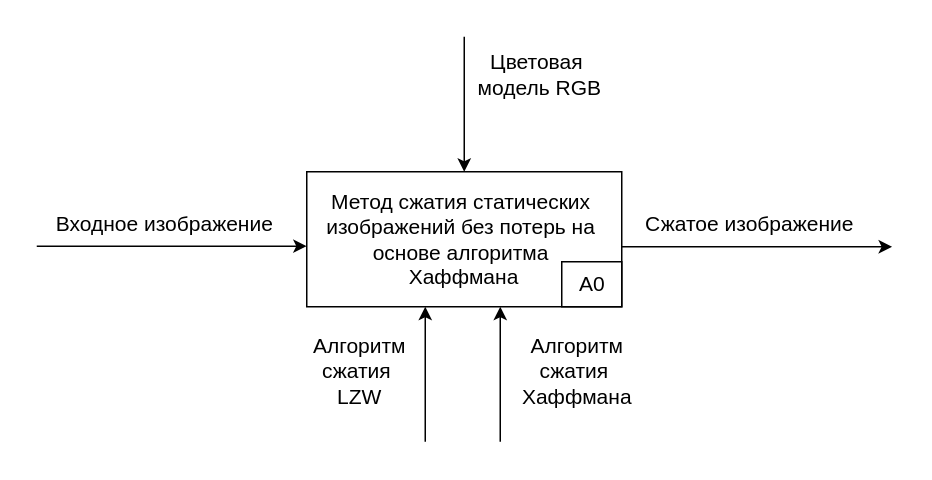
Above: docs/schemes/idef0_a0.drawio in kovkir/bmstu-magistracy-diploma (draw.io), before the change. Source tidied: cells renumbered, new cells numbered last; positions are measured from the earlier drawing's top-left corner, leaving out a move shared by most shapes. Both pictures are drawn from the tidied source at 150%, with x=0, y=0 at pixel (36, 36).
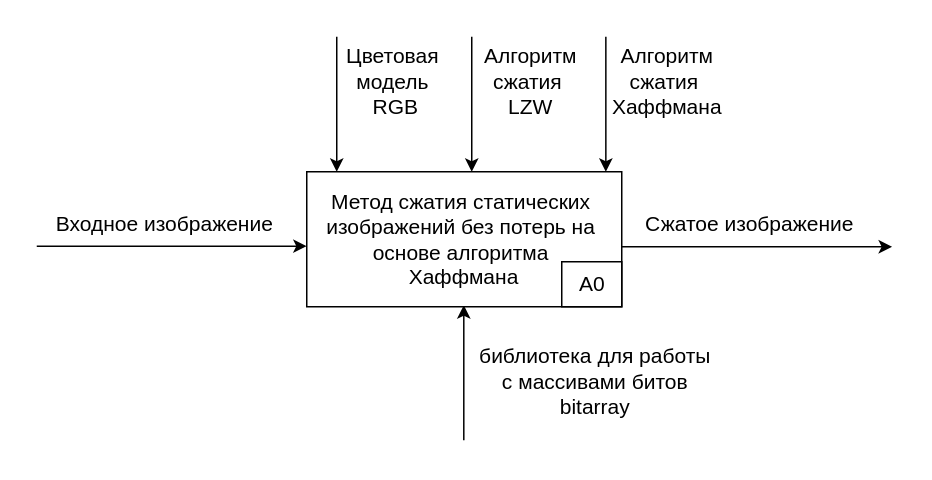
The same diagram, later.

The change refers to these unchanged cells:
```xml
<mxCell id="5" value="&lt;font&gt;&lt;span style=&quot;color: light-dark(rgb(0, 0, 0), rgb(237, 237, 237)); font-size: 14px;&quot;&gt;Метод сжатия статических&amp;nbsp; изображений без потерь&amp;nbsp;&lt;/span&gt;&lt;/font&gt;&lt;span style=&quot;background-color: transparent; font-size: 14px;&quot;&gt;&lt;font style=&quot;color: rgb(0, 0, 0);&quot;&gt;на&amp;nbsp;&lt;/font&gt;&lt;/span&gt;&lt;div&gt;&lt;span style=&quot;background-color: transparent; font-size: 14px;&quot;&gt;&lt;font style=&quot;color: rgb(0, 0, 0);&quot;&gt;основе&lt;/font&gt; &lt;font style=&quot;color: rgb(0, 0, 0);&quot;&gt;алгоритма&lt;/font&gt;&amp;nbsp;&lt;/span&gt;&lt;/div&gt;&lt;div&gt;&lt;span style=&quot;background-color: transparent; font-size: 14px;&quot;&gt;&lt;font style=&quot;color: rgb(0, 0, 0);&quot;&gt;Хаффмана&lt;/font&gt;&lt;/span&gt;&lt;/div&gt;" style="rounded=0;whiteSpace=wrap;html=1;" parent="1" vertex="1">
  <mxGeometry x="180" y="90" width="210" height="90" as="geometry" />
</mxCell>
```

What changed in the source:
```diff
@@
-    <mxCell id="3" style="edgeStyle=none;html=1;fontSize=14;endArrow=none;endFill=0;startArrow=classic;startFill=1;" parent="1" edge="1">
-      <mxGeometry relative="1" as="geometry">
-        <mxPoint x="259" y="180" as="sourcePoint" />
-        <mxPoint x="259" y="270" as="targetPoint" />
-      </mxGeometry>
-    </mxCell>
     <mxCell id="4" style="edgeStyle=none;html=1;fontSize=14;startArrow=classic;startFill=1;endArrow=none;endFill=0;" parent="1" edge="1">
       <mxGeometry relative="1" as="geometry">
-        <mxPoint x="309" y="180" as="sourcePoint" />
-        <mxPoint x="309" y="270" as="targetPoint" />
+        <mxPoint x="284.7" y="179" as="sourcePoint" />
+        <mxPoint x="284.7" y="269" as="targetPoint" />
       </mxGeometry>
     </mxCell>
@@
     <mxCell id="7" value="Алгоритм &lt;br&gt;сжатия&amp;nbsp;&lt;div&gt;&lt;font style=&quot;color: rgb(0, 0, 0);&quot;&gt;LZW&lt;/font&gt;&lt;/div&gt;" style="text;html=1;align=center;verticalAlign=middle;strokeColor=none;fillColor=none;fontSize=14;" parent="1" vertex="1">
-      <mxGeometry x="170" y="193" width="90" height="60" as="geometry" />
+      <mxGeometry x="284" width="90" height="60" as="geometry" />
     </mxCell>
     <mxCell id="8" value="Алгоритм&lt;br&gt;сжатия&amp;nbsp;&lt;div&gt;&lt;font style=&quot;color: rgb(0, 0, 0);&quot;&gt;Хаффмана&lt;/font&gt;&lt;/div&gt;" style="text;html=1;align=center;verticalAlign=middle;strokeColor=none;fillColor=none;fontSize=14;" parent="1" vertex="1">
-      <mxGeometry x="310" y="193" width="100" height="60" as="geometry" />
+      <mxGeometry x="370" width="100" height="60" as="geometry" />
     </mxCell>
@@
-    <mxCell id="12" value="Цветовая&amp;nbsp;&lt;div&gt;&lt;font&gt;&lt;font style=&quot;color: rgb(0, 0, 0);&quot;&gt;модель&amp;nbsp;&lt;/font&gt;&lt;span style=&quot;background-color: transparent;&quot;&gt;&lt;font style=&quot;color: rgb(0, 0, 0);&quot;&gt;RGB&lt;/font&gt;&lt;/span&gt;&lt;/font&gt;&lt;/div&gt;" style="text;html=1;align=center;verticalAlign=middle;strokeColor=none;fillColor=none;fontSize=14;" parent="1" vertex="1">
-      <mxGeometry x="280" width="110" height="50" as="geometry" />
+    <mxCell id="12" value="Цветовая&amp;nbsp;&lt;div&gt;&lt;font&gt;&lt;font style=&quot;color: rgb(0, 0, 0);&quot;&gt;модель&amp;nbsp;&lt;/font&gt;&lt;/font&gt;&lt;/div&gt;&lt;div&gt;&lt;font&gt;&lt;span style=&quot;background-color: transparent;&quot;&gt;&lt;font style=&quot;color: rgb(0, 0, 0);&quot;&gt;RGB&lt;/font&gt;&lt;/span&gt;&lt;/font&gt;&lt;/div&gt;" style="text;html=1;align=center;verticalAlign=middle;strokeColor=none;fillColor=none;fontSize=14;" parent="1" vertex="1">
+      <mxGeometry x="194" width="90" height="60" as="geometry" />
     </mxCell>
-    <mxCell id="13" style="edgeStyle=none;html=1;fontSize=14;entryX=0.5;entryY=0;entryDx=0;entryDy=0;" parent="1" edge="1" target="5">
+    <mxCell id="13" style="edgeStyle=none;html=1;fontSize=14;entryX=0.5;entryY=0;entryDx=0;entryDy=0;" parent="1" edge="1">
       <mxGeometry relative="1" as="geometry">
-        <mxPoint x="285" as="sourcePoint" />
+        <mxPoint x="200" as="sourcePoint" />
+        <mxPoint x="200" y="90" as="targetPoint" />
       </mxGeometry>
     </mxCell>
+    <mxCell id="14" style="edgeStyle=none;html=1;fontSize=14;entryX=0.5;entryY=0;entryDx=0;entryDy=0;" parent="1" edge="1">
+      <mxGeometry relative="1" as="geometry">
+        <mxPoint x="290" as="sourcePoint" />
+        <mxPoint x="290" y="90" as="targetPoint" />
+      </mxGeometry>
+    </mxCell>
+    <mxCell id="15" style="edgeStyle=none;html=1;fontSize=14;entryX=0.5;entryY=0;entryDx=0;entryDy=0;" parent="1" edge="1">
+      <mxGeometry relative="1" as="geometry">
+        <mxPoint x="379.4" as="sourcePoint" />
+        <mxPoint x="379.4" y="90" as="targetPoint" />
+      </mxGeometry>
+    </mxCell>
+    <mxCell id="16" value="&lt;span style=&quot;color: rgb(0, 0, 0);&quot;&gt;библиотека для работы&lt;br&gt;с массивами битов&lt;br&gt;&lt;/span&gt;&lt;div&gt;&lt;span style=&quot;background-color: transparent;&quot;&gt;&lt;font style=&quot;color: rgb(0, 0, 0);&quot;&gt;bitarray&lt;/font&gt;&lt;/span&gt;&lt;/div&gt;" style="text;html=1;align=center;verticalAlign=middle;strokeColor=none;fillColor=none;fontSize=14;" parent="1" vertex="1">
+      <mxGeometry x="282" y="200" width="180" height="60" as="geometry" />
+    </mxCell>
```
